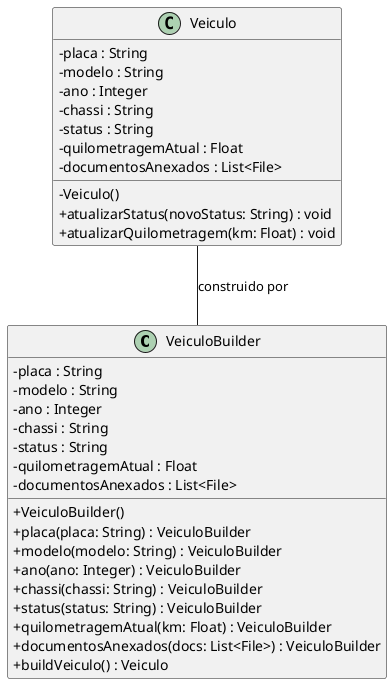
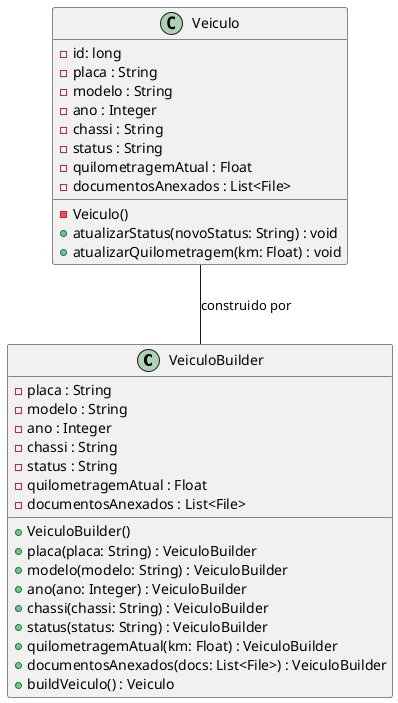
@startuml
- skinparam classAttributeIconSize 0

class VeiculoBuilder {
  - placa : String
  - modelo : String
  - ano : Integer
  - chassi : String
  - status : String
  - quilometragemAtual : Float
  - documentosAnexados : List<File>
  + VeiculoBuilder()
  + placa(placa: String) : VeiculoBuilder
  + modelo(modelo: String) : VeiculoBuilder
  + ano(ano: Integer) : VeiculoBuilder
  + chassi(chassi: String) : VeiculoBuilder
  + status(status: String) : VeiculoBuilder
  + quilometragemAtual(km: Float) : VeiculoBuilder
  + documentosAnexados(docs: List<File>) : VeiculoBuilder
  + buildVeiculo() : Veiculo
}

class Veiculo {
+   - id: long
  - placa : String
  - modelo : String
  - ano : Integer
  - chassi : String
  - status : String
  - quilometragemAtual : Float
  - documentosAnexados : List<File>
  - Veiculo()
  + atualizarStatus(novoStatus: String) : void
  + atualizarQuilometragem(km: Float) : void
}

Veiculo -- VeiculoBuilder : construido por
- @enduml+ @enduml
